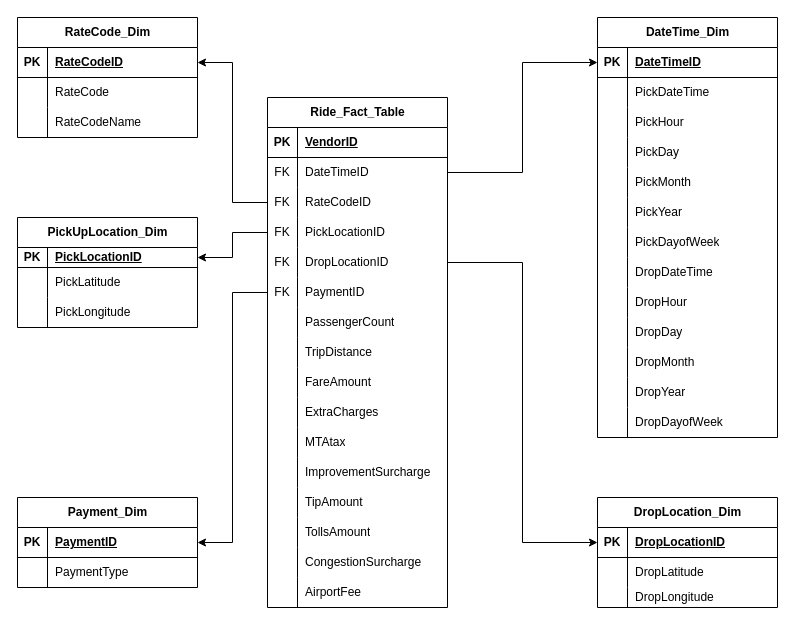
The draw.io diagram Diagrams/StarSchema.drawio in shnkreddy98/ETL-Pipeline-TaxiData, before the edit. Source tidied: cells renumbered, new cells numbered last; positions are measured from the earlier drawing's top-left corner, leaving out a move shared by most shapes. Both pictures are drawn from the tidied source at 100%, with x=0, y=0 at pixel (17, 17).
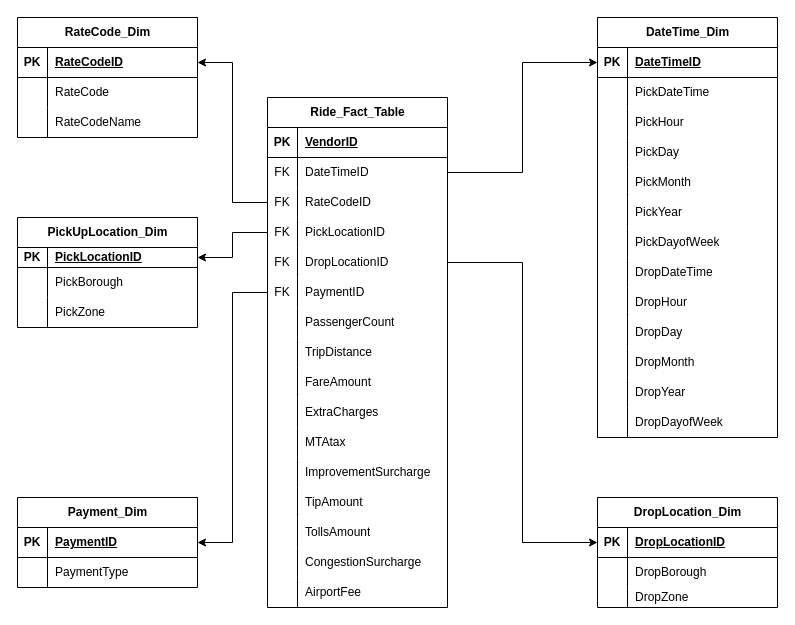
The same diagram, later.

Commit message (it also covers changes not shown here):
added lookup zones and starSchema

Unchanged cells that the change refers to:
```xml
<mxCell id="95" style="shape=tableRow;horizontal=0;startSize=0;swimlaneHead=0;swimlaneBody=0;fillColor=none;top=0;left=0;right=0;bottom=0;" parent="91" vertex="1">
  <mxGeometry y="50" width="180" height="30" as="geometry" />
</mxCell>
<mxCell id="98" style="shape=tableRow;horizontal=0;startSize=0;swimlaneHead=0;swimlaneBody=0;fillColor=none;top=0;left=0;right=0;bottom=0;" parent="91" vertex="1">
  <mxGeometry y="80" width="180" height="30" as="geometry" />
</mxCell>
<mxCell id="105" style="shape=tableRow;horizontal=0;startSize=0;swimlaneHead=0;swimlaneBody=0;fillColor=none;top=0;left=0;right=0;bottom=0;" parent="101" vertex="1">
  <mxGeometry y="60" width="180" height="30" as="geometry" />
</mxCell>
<mxCell id="108" style="shape=tableRow;horizontal=0;startSize=0;swimlaneHead=0;swimlaneBody=0;fillColor=none;top=0;left=0;right=0;bottom=0;" parent="101" vertex="1">
  <mxGeometry y="90" width="180" height="20" as="geometry" />
</mxCell>
```

The edit, as a diff of the source:
```diff
@@
-    <mxCell id="97" value="PickLatitude" style="shape=partialRectangle;fillColor=none;top=0;left=0;bottom=0;right=0;align=left;spacingLeft=6;overflow=hidden;whiteSpace=wrap;html=1;" parent="95" vertex="1">
+    <mxCell id="97" value="PickBorough" style="shape=partialRectangle;fillColor=none;top=0;left=0;bottom=0;right=0;align=left;spacingLeft=6;overflow=hidden;whiteSpace=wrap;html=1;" parent="95" vertex="1">
       <mxGeometry x="30" width="150" height="30" as="geometry" />
     </mxCell>
@@
-    <mxCell id="100" value="PickLongitude" style="shape=partialRectangle;fillColor=none;top=0;left=0;bottom=0;right=0;align=left;spacingLeft=6;overflow=hidden;whiteSpace=wrap;html=1;" parent="98" vertex="1">
+    <mxCell id="100" value="PickZone" style="shape=partialRectangle;fillColor=none;top=0;left=0;bottom=0;right=0;align=left;spacingLeft=6;overflow=hidden;whiteSpace=wrap;html=1;" parent="98" vertex="1">
       <mxGeometry x="30" width="150" height="30" as="geometry" />
     </mxCell>
@@
-    <mxCell id="107" value="DropLatitude" style="shape=partialRectangle;fillColor=none;top=0;left=0;bottom=0;right=0;align=left;spacingLeft=6;overflow=hidden;whiteSpace=wrap;html=1;" parent="105" vertex="1">
+    <mxCell id="107" value="DropBorough" style="shape=partialRectangle;fillColor=none;top=0;left=0;bottom=0;right=0;align=left;spacingLeft=6;overflow=hidden;whiteSpace=wrap;html=1;" parent="105" vertex="1">
       <mxGeometry x="30" width="150" height="30" as="geometry" />
     </mxCell>
@@
-    <mxCell id="110" value="DropLongitude" style="shape=partialRectangle;fillColor=none;top=0;left=0;bottom=0;right=0;align=left;spacingLeft=6;overflow=hidden;whiteSpace=wrap;html=1;" parent="108" vertex="1">
+    <mxCell id="110" value="DropZone" style="shape=partialRectangle;fillColor=none;top=0;left=0;bottom=0;right=0;align=left;spacingLeft=6;overflow=hidden;whiteSpace=wrap;html=1;" parent="108" vertex="1">
       <mxGeometry x="30" width="150" height="20" as="geometry" />
     </mxCell>
```
